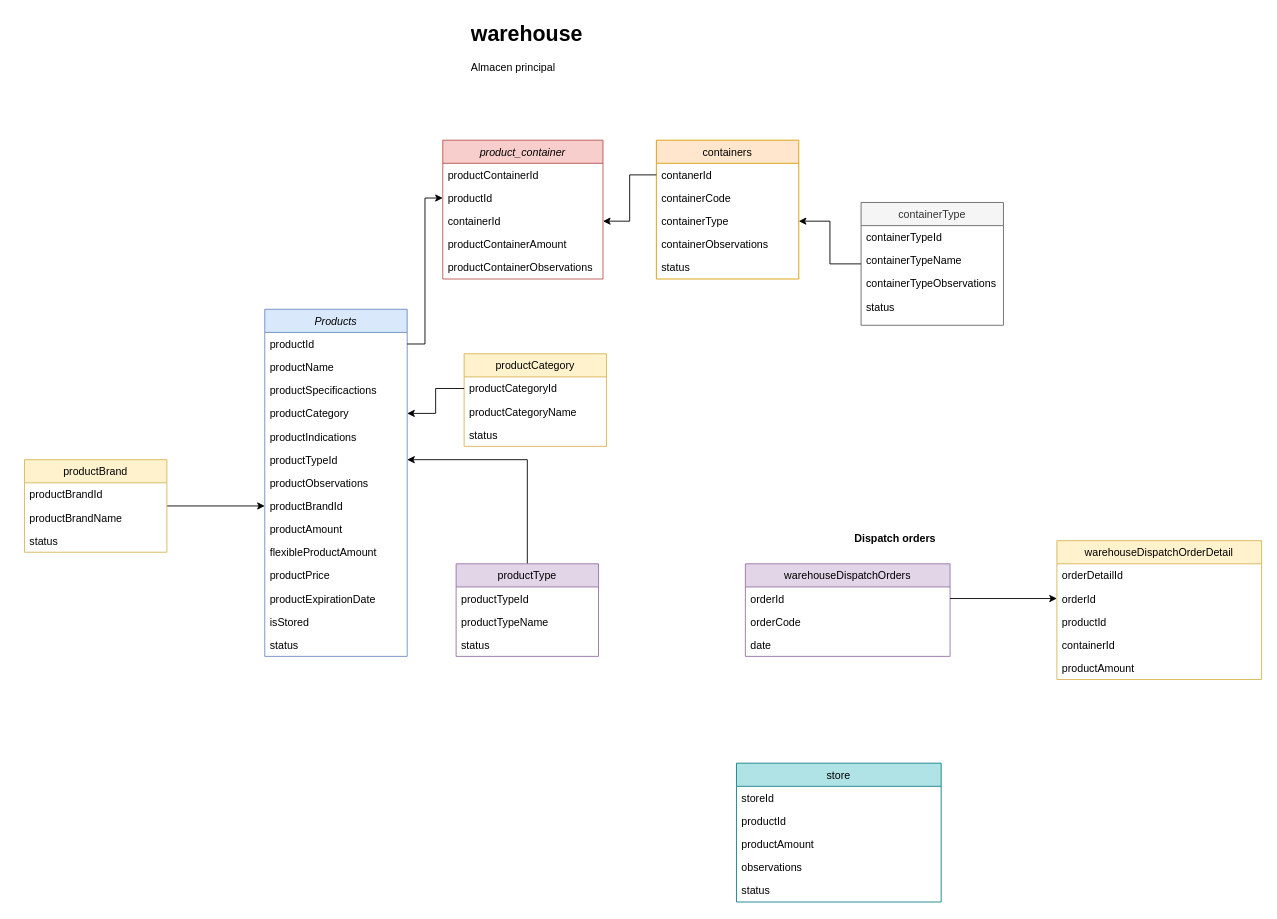
Earlier version of the draw.io diagram pharmacy.drawio (CarlosMayo1/pharmacy). Source tidied: cells renumbered, new cells numbered last; positions are measured from the earlier drawing's top-left corner, leaving out a move shared by most shapes. Both pictures are drawn from the tidied source at 89%, with x=0, y=0 at pixel (24, 15).
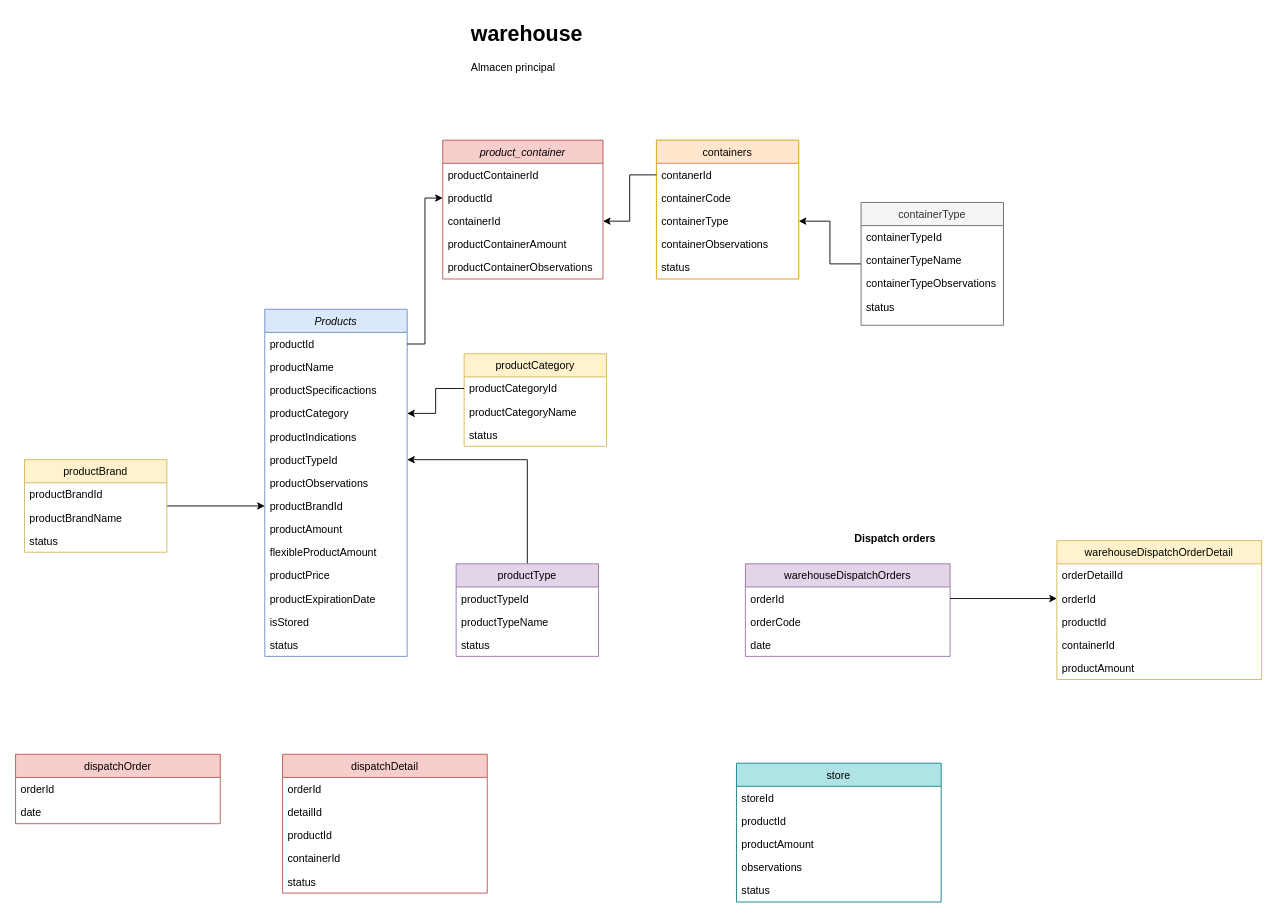
Above is the later version.

The edit, as a diff of the source:
```diff
@@
+    <mxCell id="71" value="dispatchDetail" style="swimlane;fontStyle=0;align=center;verticalAlign=top;horizontal=1;startSize=26;rounded=0;shadow=0;strokeWidth=1;fillColor=#f8cecc;strokeColor=#b85450;" parent="1" vertex="1">
+      <mxGeometry x="290" y="830" width="230" height="156" as="geometry" />
+    </mxCell>
+    <mxCell id="72" value="orderId" style="text;align=left;verticalAlign=top;spacingLeft=4;spacingRight=4;overflow=hidden;" parent="71" vertex="1">
+      <mxGeometry y="26" width="230" height="26" as="geometry" />
+    </mxCell>
+    <mxCell id="73" value="detailId" style="text;align=left;verticalAlign=top;spacingLeft=4;spacingRight=4;overflow=hidden;" parent="71" vertex="1">
+      <mxGeometry y="52" width="230" height="26" as="geometry" />
+    </mxCell>
+    <mxCell id="74" value="productId" style="text;align=left;verticalAlign=top;spacingLeft=4;spacingRight=4;overflow=hidden;" parent="71" vertex="1">
+      <mxGeometry y="78" width="230" height="26" as="geometry" />
+    </mxCell>
+    <mxCell id="75" value="containerId" style="text;align=left;verticalAlign=top;spacingLeft=4;spacingRight=4;overflow=hidden;" parent="71" vertex="1">
+      <mxGeometry y="104" width="230" height="26" as="geometry" />
+    </mxCell>
+    <mxCell id="76" value="status" style="text;align=left;verticalAlign=top;spacingLeft=4;spacingRight=4;overflow=hidden;" parent="71" vertex="1">
+      <mxGeometry y="130" width="230" height="26" as="geometry" />
+    </mxCell>
+    <mxCell id="77" value="dispatchOrder" style="swimlane;fontStyle=0;align=center;verticalAlign=top;horizontal=1;startSize=26;rounded=0;shadow=0;strokeWidth=1;fillColor=#f8cecc;strokeColor=#b85450;" parent="1" vertex="1">
+      <mxGeometry x="-10" y="830" width="230" height="78" as="geometry" />
+    </mxCell>
+    <mxCell id="78" value="orderId" style="text;align=left;verticalAlign=top;spacingLeft=4;spacingRight=4;overflow=hidden;" parent="77" vertex="1">
+      <mxGeometry y="26" width="230" height="26" as="geometry" />
+    </mxCell>
+    <mxCell id="79" value="date" style="text;align=left;verticalAlign=top;spacingLeft=4;spacingRight=4;overflow=hidden;" parent="77" vertex="1">
+      <mxGeometry y="52" width="230" height="26" as="geometry" />
+    </mxCell>
```
